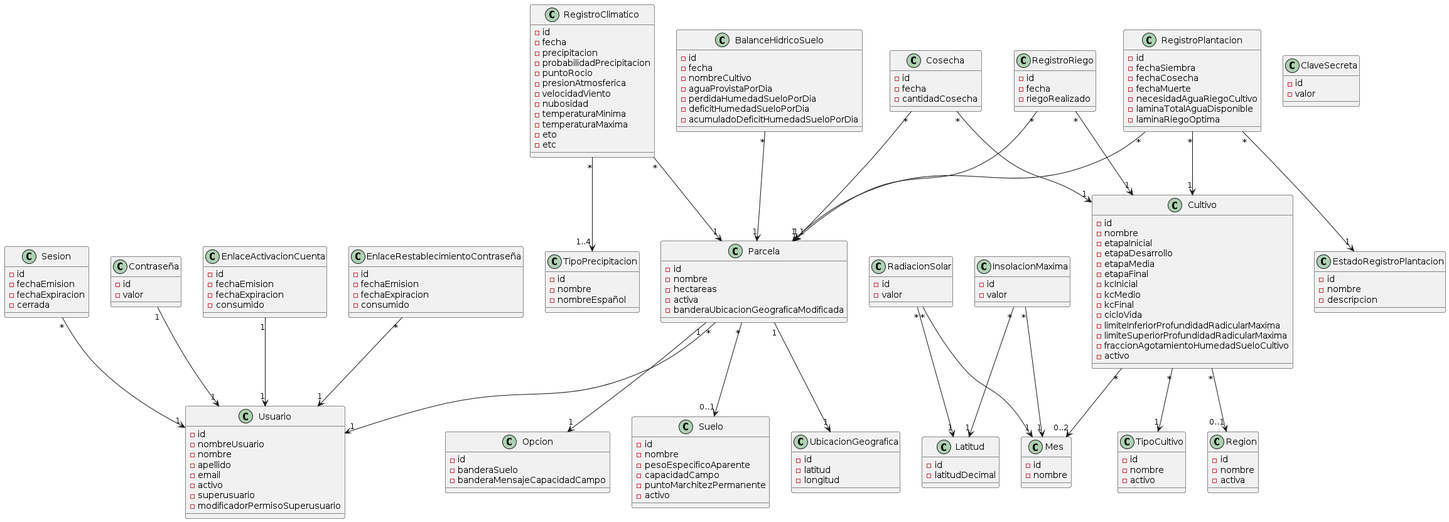
This is docs/domain model/Modelo de dominio.png from facundopaez-dev/sistema-web-riego, a PlantUML export, as it was before one commit.
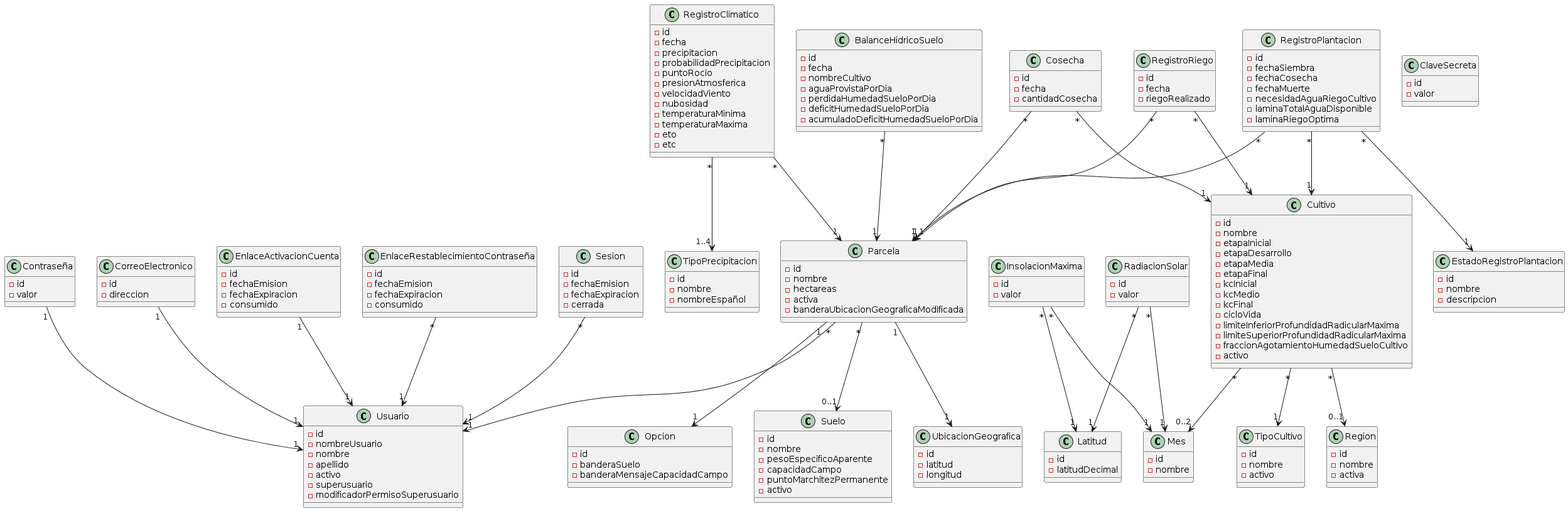
After the change.

What changed in the source:
```diff
@@ -20,6 +20,7 @@
 Cultivo "*" --> "0..2" Mes
 Parcela "*" --> "0..1" Suelo
 Contraseña "1" --> "1" Usuario
+CorreoElectronico "1" --> "1" Usuario
 BalanceHidricoSuelo "*" --> "1" Parcela
 Cosecha "*" --> "1" Parcela
 Cosecha "*" --> "1" Cultivo
@@ -122,10 +123,14 @@
 -nombreUsuario
 -nombre
 -apellido
--email
 -activo
 -superusuario
 -modificadorPermisoSuperusuario
+}
+
+class CorreoElectronico {
+-id
+-direccion
 }
 
 class EstadoRegistroPlantacion {
```
